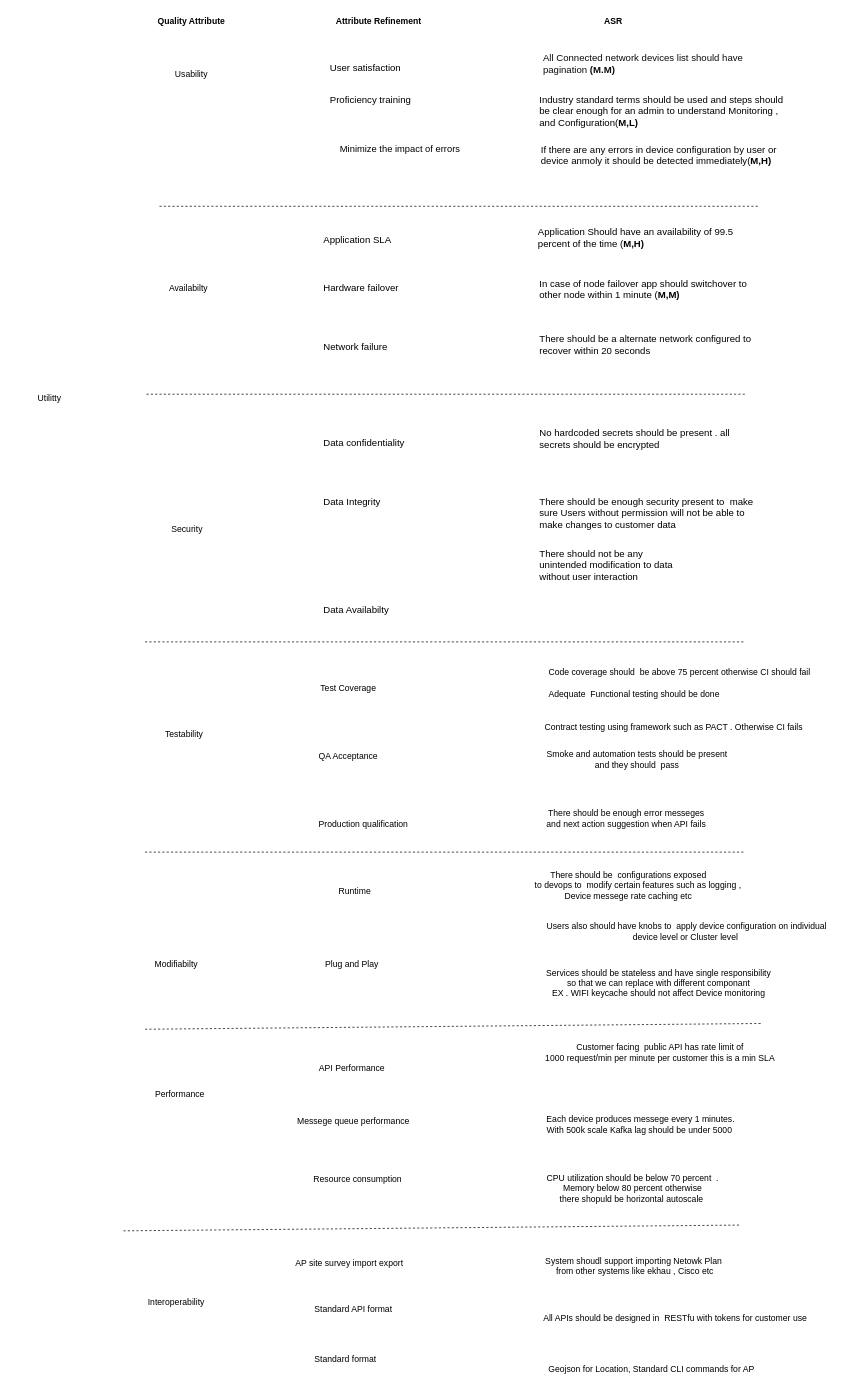
This is page "Page-5" (5 of 6) of SA assignment.drawio from Gajanana/FirstPhase, a draw.io file, before an edit. Source tidied: cells renumbered, new cells numbered last; positions are measured from the earlier drawing's top-left corner, leaving out a move shared by most shapes. Both pictures are drawn from the tidied source at 72%, with x=0, y=0 at pixel (27, 12).
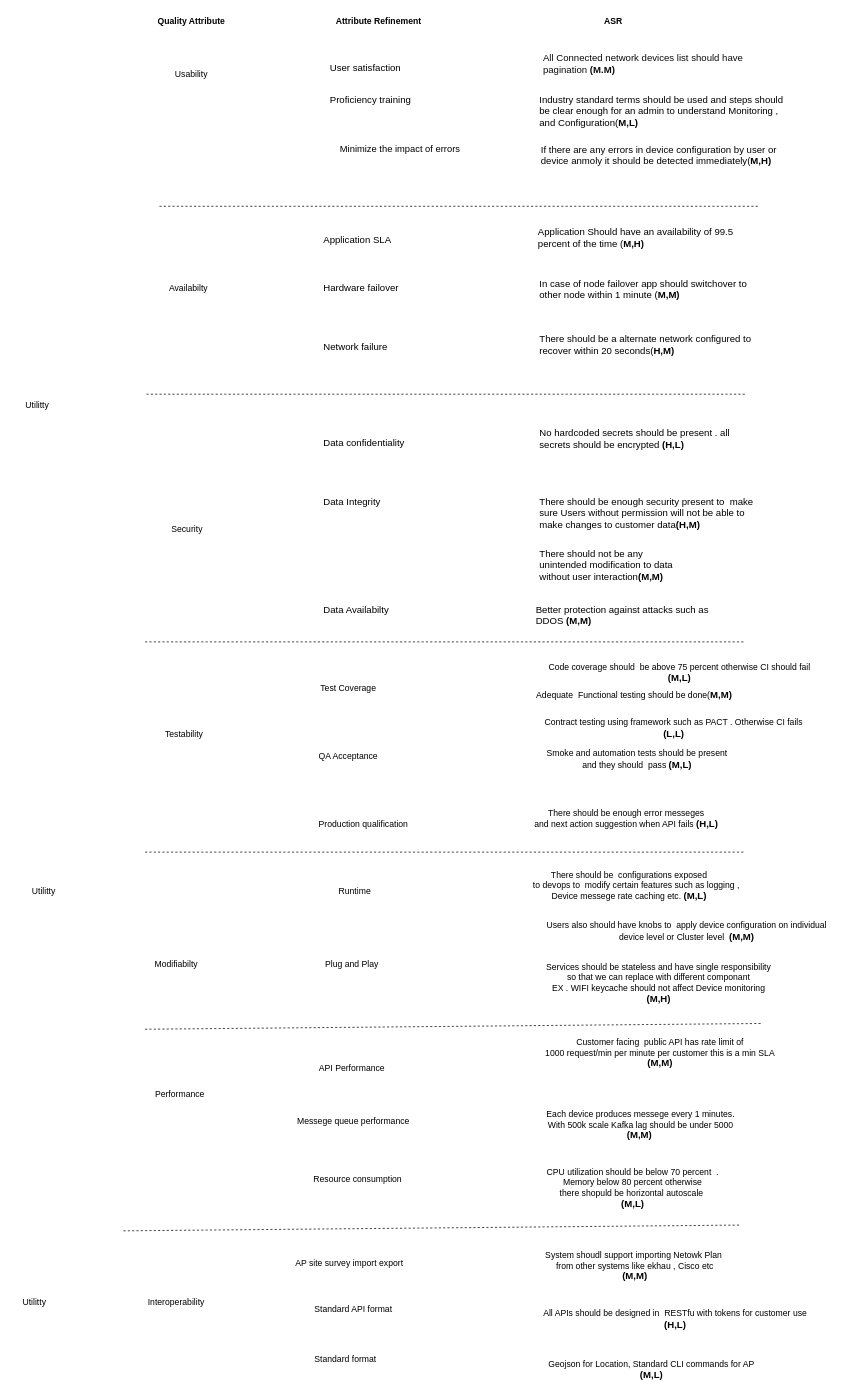
Above is the later version.

Diff of the diagram source:
```diff
@@
     <mxCell id="2" value="Utilitty" style="text;html=1;align=center;verticalAlign=middle;strokeColor=none;fillColor=none;" parent="1" vertex="1">
-      <mxGeometry y="521" width="60" height="30" as="geometry" />
+      <mxGeometry x="-17" y="530" width="60" height="30" as="geometry" />
     </mxCell>
@@
-    <mxCell id="21" value="&lt;span style=&quot;font-size: 13.3333px;&quot;&gt;There should be a alternate network configured to recover within 20 seconds&lt;/span&gt;" style="text;whiteSpace=wrap;html=1;" parent="1" vertex="1">
+    <mxCell id="21" value="&lt;span style=&quot;font-size: 13.3333px;&quot;&gt;There should be a alternate network configured to recover within 20 seconds(&lt;/span&gt;&lt;b style=&quot;font-size: 13.3333px;&quot;&gt;H,M)&lt;/b&gt;" style="text;whiteSpace=wrap;html=1;" parent="1" vertex="1">
       <mxGeometry x="709" y="439" width="310" height="38" as="geometry" />
     </mxCell>
@@
-    <mxCell id="25" value="&lt;span style=&quot;font-size: 13.3333px;&quot;&gt;No hardcoded secrets should be present . all secrets should be encrypted&amp;nbsp;&lt;/span&gt;" style="text;whiteSpace=wrap;html=1;" parent="1" vertex="1">
+    <mxCell id="25" value="&lt;span style=&quot;font-size: 13.3333px;&quot;&gt;No hardcoded secrets should be present . all secrets should be encrypted &lt;b&gt;(H&lt;/b&gt;&lt;/span&gt;&lt;b style=&quot;font-size: 13.3333px;&quot;&gt;,L)&lt;/b&gt;" style="text;whiteSpace=wrap;html=1;" parent="1" vertex="1">
       <mxGeometry x="709" y="570" width="305" height="38" as="geometry" />
     </mxCell>
@@
-    <mxCell id="27" value="&lt;span style=&quot;font-size: 13.3333px;&quot;&gt;There should be enough security present to&amp;nbsp; make sure Users without permission will not be able to make changes to customer data&lt;/span&gt;" style="text;whiteSpace=wrap;html=1;" parent="1" vertex="1">
+    <mxCell id="27" value="&lt;span style=&quot;font-size: 13.3333px;&quot;&gt;There should be enough security present to&amp;nbsp; make sure Users without permission will not be able to make changes to customer data&lt;/span&gt;&lt;span style=&quot;font-size: 13.3333px;&quot;&gt;&lt;b&gt;(H&lt;/b&gt;&lt;/span&gt;&lt;b style=&quot;font-size: 13.3333px;&quot;&gt;,M)&lt;/b&gt;" style="text;whiteSpace=wrap;html=1;" parent="1" vertex="1">
       <mxGeometry x="709" y="665" width="305" height="38" as="geometry" />
     </mxCell>
-    <mxCell id="28" value="&lt;span style=&quot;font-size: 13.3333px;&quot;&gt;There should not be any unintended modification to data without user interaction&lt;/span&gt;" style="text;whiteSpace=wrap;html=1;" parent="1" vertex="1">
+    <mxCell id="28" value="&lt;span style=&quot;font-size: 13.3333px;&quot;&gt;There should not be any unintended modification to data without user interaction&lt;/span&gt;&lt;span style=&quot;font-size: 13.3333px;&quot;&gt;&lt;b&gt;(M&lt;/b&gt;&lt;/span&gt;&lt;b style=&quot;font-size: 13.3333px;&quot;&gt;,M)&lt;/b&gt;" style="text;whiteSpace=wrap;html=1;" parent="1" vertex="1">
       <mxGeometry x="709" y="737" width="194" height="61" as="geometry" />
     </mxCell>
@@
-    <mxCell id="33" value="Code coverage should&amp;nbsp; be above 75 percent otherwise CI should fail" style="text;html=1;align=center;verticalAlign=middle;strokeColor=none;fillColor=none;" parent="1" vertex="1">
-      <mxGeometry x="714" y="903" width="382" height="26" as="geometry" />
+    <mxCell id="33" value="Code coverage should&amp;nbsp; be above 75 percent otherwise CI should fail&lt;br&gt;&lt;span style=&quot;text-align: left; font-size: 13.3333px;&quot;&gt;&lt;b&gt;(M&lt;/b&gt;&lt;/span&gt;&lt;b style=&quot;text-align: left; font-size: 13.3333px;&quot;&gt;,L)&lt;/b&gt;" style="text;html=1;align=center;verticalAlign=middle;strokeColor=none;fillColor=none;" parent="1" vertex="1">
+      <mxGeometry x="714" y="895" width="382" height="43" as="geometry" />
     </mxCell>
-    <mxCell id="34" value="Adequate&amp;nbsp; Functional testing should be done" style="text;html=1;align=center;verticalAlign=middle;strokeColor=none;fillColor=none;" parent="1" vertex="1">
-      <mxGeometry x="714" y="934" width="256" height="26" as="geometry" />
+    <mxCell id="34" value="Adequate&amp;nbsp; Functional testing should be done(&lt;span style=&quot;text-align: left; font-size: 13.3333px;&quot;&gt;&lt;b&gt;M&lt;/b&gt;&lt;/span&gt;&lt;b style=&quot;text-align: left; font-size: 13.3333px;&quot;&gt;,M)&lt;/b&gt;" style="text;html=1;align=center;verticalAlign=middle;strokeColor=none;fillColor=none;" parent="1" vertex="1">
+      <mxGeometry x="697" y="933" width="290" height="29" as="geometry" />
     </mxCell>
-    <mxCell id="35" value="Contract testing using framework such as PACT . Otherwise CI fails" style="text;html=1;align=center;verticalAlign=middle;strokeColor=none;fillColor=none;" parent="1" vertex="1">
-      <mxGeometry x="709" y="980" width="376" height="26" as="geometry" />
+    <mxCell id="35" value="Contract testing using framework such as PACT . Otherwise CI fails&lt;br&gt;&lt;span style=&quot;text-align: left; font-size: 13.3333px;&quot;&gt;&lt;b&gt;(L,L&lt;/b&gt;&lt;/span&gt;&lt;b style=&quot;text-align: left; font-size: 13.3333px;&quot;&gt;)&lt;/b&gt;" style="text;html=1;align=center;verticalAlign=middle;strokeColor=none;fillColor=none;" parent="1" vertex="1">
+      <mxGeometry x="709" y="972" width="376" height="43" as="geometry" />
     </mxCell>
@@
-    <mxCell id="37" value="Smoke and automation tests should be present &lt;br&gt;and they should&amp;nbsp; pass" style="text;html=1;align=center;verticalAlign=middle;strokeColor=none;fillColor=none;" parent="1" vertex="1">
-      <mxGeometry x="711" y="1016" width="269" height="41" as="geometry" />
+    <mxCell id="37" value="Smoke and automation tests should be present &lt;br&gt;and they should&amp;nbsp; pass&amp;nbsp;&lt;span style=&quot;text-align: left; font-size: 13.3333px;&quot;&gt;&lt;b&gt;(M,L&lt;/b&gt;&lt;/span&gt;&lt;b style=&quot;text-align: left; font-size: 13.3333px;&quot;&gt;)&lt;/b&gt;" style="text;html=1;align=center;verticalAlign=middle;strokeColor=none;fillColor=none;" parent="1" vertex="1">
+      <mxGeometry x="711" y="1015" width="269" height="43" as="geometry" />
     </mxCell>
-    <mxCell id="38" value="There should be enough error messeges &lt;br&gt;and next action suggestion when API fails" style="text;html=1;align=center;verticalAlign=middle;strokeColor=none;fillColor=none;" parent="1" vertex="1">
-      <mxGeometry x="711" y="1099" width="239" height="41" as="geometry" />
+    <mxCell id="38" value="There should be enough error messeges &lt;br&gt;and next action suggestion when API fails&amp;nbsp;&lt;span style=&quot;text-align: left; font-size: 13.3333px;&quot;&gt;&lt;b&gt;(H,L&lt;/b&gt;&lt;/span&gt;&lt;b style=&quot;text-align: left; font-size: 13.3333px;&quot;&gt;)&lt;/b&gt;" style="text;html=1;align=center;verticalAlign=middle;strokeColor=none;fillColor=none;" parent="1" vertex="1">
+      <mxGeometry x="694" y="1098" width="273" height="43" as="geometry" />
     </mxCell>
@@
-    <mxCell id="42" value="There should be&amp;nbsp; configurations exposed&lt;br&gt;&lt;span style=&quot;white-space: pre;&quot;&gt; &lt;/span&gt;&lt;span style=&quot;white-space: pre;&quot;&gt; &lt;/span&gt;&amp;nbsp; &amp;nbsp; &amp;nbsp; to devops to&amp;nbsp; modify certain features such as logging ,&lt;br&gt;Device messege rate caching etc" style="text;html=1;align=center;verticalAlign=middle;strokeColor=none;fillColor=none;" parent="1" vertex="1">
-      <mxGeometry x="645" y="1185" width="378" height="55" as="geometry" />
+    <mxCell id="42" value="There should be&amp;nbsp; configurations exposed&lt;br&gt;&lt;span style=&quot;&quot;&gt; &lt;/span&gt;&lt;span style=&quot;&quot;&gt; &lt;/span&gt;&amp;nbsp; &amp;nbsp; &amp;nbsp; to devops to&amp;nbsp; modify certain features such as logging ,&lt;br&gt;Device messege rate caching etc.&amp;nbsp;&lt;span style=&quot;text-align: left; font-size: 13.3333px;&quot;&gt;&lt;b&gt;(M,L&lt;/b&gt;&lt;/span&gt;&lt;b style=&quot;text-align: left; font-size: 13.3333px;&quot;&gt;)&lt;/b&gt;" style="text;html=1;align=center;verticalAlign=middle;strokeColor=none;fillColor=none;" parent="1" vertex="1">
+      <mxGeometry x="672" y="1184" width="325" height="57" as="geometry" />
     </mxCell>
-    <mxCell id="43" value="Users also should have knobs to&amp;nbsp; apply device configuration on individual&lt;br&gt;device level or Cluster level&amp;nbsp;" style="text;html=1;align=center;verticalAlign=middle;strokeColor=none;fillColor=none;" parent="1" vertex="1">
-      <mxGeometry x="711" y="1255" width="407" height="41" as="geometry" />
+    <mxCell id="43" value="Users also should have knobs to&amp;nbsp; apply device configuration on individual&lt;br&gt;device level or Cluster level&amp;nbsp;&amp;nbsp;&lt;span style=&quot;text-align: left; font-size: 13.3333px;&quot;&gt;&lt;b&gt;(M,M&lt;/b&gt;&lt;/span&gt;&lt;b style=&quot;text-align: left; font-size: 13.3333px;&quot;&gt;)&lt;/b&gt;" style="text;html=1;align=center;verticalAlign=middle;strokeColor=none;fillColor=none;" parent="1" vertex="1">
+      <mxGeometry x="711" y="1254" width="407" height="43" as="geometry" />
     </mxCell>
@@
-    <mxCell id="45" value="Services should be stateless and have single responsibility &lt;br&gt;so that we can replace with different componant &lt;br&gt;EX . WIFI keycache should not affect Device monitoring" style="text;html=1;align=center;verticalAlign=middle;strokeColor=none;fillColor=none;" parent="1" vertex="1">
-      <mxGeometry x="711" y="1320" width="330" height="55" as="geometry" />
+    <mxCell id="45" value="Services should be stateless and have single responsibility &lt;br&gt;so that we can replace with different componant &lt;br&gt;EX . WIFI keycache should not affect Device monitoring&lt;br&gt;&lt;span style=&quot;text-align: left; font-size: 13.3333px;&quot;&gt;&lt;b&gt;(M,H&lt;/b&gt;&lt;/span&gt;&lt;b style=&quot;text-align: left; font-size: 13.3333px;&quot;&gt;)&lt;/b&gt;" style="text;html=1;align=center;verticalAlign=middle;strokeColor=none;fillColor=none;" parent="1" vertex="1">
+      <mxGeometry x="711" y="1312" width="330" height="72" as="geometry" />
     </mxCell>
@@
-    <mxCell id="49" value="Customer facing&amp;nbsp; public API has rate limit of &lt;br&gt;1000 request/min per minute per customer this is a min SLA" style="text;html=1;align=center;verticalAlign=middle;strokeColor=none;fillColor=none;" parent="1" vertex="1">
-      <mxGeometry x="709" y="1424" width="337" height="41" as="geometry" />
+    <mxCell id="49" value="Customer facing&amp;nbsp; public API has rate limit of &lt;br&gt;1000 request/min per minute per customer this is a min SLA&lt;br&gt;&lt;span style=&quot;text-align: left; font-size: 13.3333px;&quot;&gt;&lt;b&gt;(M,M&lt;/b&gt;&lt;/span&gt;&lt;b style=&quot;text-align: left; font-size: 13.3333px;&quot;&gt;)&lt;/b&gt;" style="text;html=1;align=center;verticalAlign=middle;strokeColor=none;fillColor=none;" parent="1" vertex="1">
+      <mxGeometry x="709" y="1416" width="337" height="57" as="geometry" />
     </mxCell>
-    <mxCell id="50" value="Each device produces messege every 1 minutes. &lt;br&gt;With 500k scale Kafka lag should be under 5000&amp;nbsp;" style="text;html=1;align=center;verticalAlign=middle;strokeColor=none;fillColor=none;" parent="1" vertex="1">
-      <mxGeometry x="711" y="1524" width="279" height="41" as="geometry" />
+    <mxCell id="50" value="Each device produces messege every 1 minutes. &lt;br&gt;With 500k scale Kafka lag should be under 5000&lt;br&gt;&lt;span style=&quot;text-align: left; font-size: 13.3333px;&quot;&gt;&lt;b&gt;(M,M&lt;/b&gt;&lt;/span&gt;&lt;b style=&quot;text-align: left; font-size: 13.3333px;&quot;&gt;)&lt;/b&gt;&amp;nbsp;" style="text;html=1;align=center;verticalAlign=middle;strokeColor=none;fillColor=none;" parent="1" vertex="1">
+      <mxGeometry x="711" y="1516" width="279" height="57" as="geometry" />
     </mxCell>
@@
-    <mxCell id="53" value="CPU utilization should be below 70 percent&amp;nbsp; .&lt;br&gt;Memory below 80 percent otherwise &lt;br&gt;there shopuld be horizontal autoscale&amp;nbsp;" style="text;html=1;align=center;verticalAlign=middle;strokeColor=none;fillColor=none;" parent="1" vertex="1">
-      <mxGeometry x="711" y="1605" width="257" height="55" as="geometry" />
+    <mxCell id="53" value="CPU utilization should be below 70 percent&amp;nbsp; .&lt;br&gt;Memory below 80 percent otherwise &lt;br&gt;there shopuld be horizontal autoscale&amp;nbsp;&lt;br&gt;&lt;span style=&quot;text-align: left; font-size: 13.3333px;&quot;&gt;&lt;b&gt;(M,L&lt;/b&gt;&lt;/span&gt;&lt;b style=&quot;text-align: left; font-size: 13.3333px;&quot;&gt;)&lt;/b&gt;" style="text;html=1;align=center;verticalAlign=middle;strokeColor=none;fillColor=none;" parent="1" vertex="1">
+      <mxGeometry x="711" y="1597" width="257" height="72" as="geometry" />
     </mxCell>
@@
-    <mxCell id="57" value="System shoudl support importing Netowk Plan&amp;nbsp; &lt;br&gt;from other systems like ekhau , Cisco etc" style="text;html=1;align=center;verticalAlign=middle;strokeColor=none;fillColor=none;" parent="1" vertex="1">
-      <mxGeometry x="709" y="1720" width="267" height="41" as="geometry" />
+    <mxCell id="57" value="System shoudl support importing Netowk Plan&amp;nbsp; &lt;br&gt;from other systems like ekhau , Cisco etc&lt;br&gt;&lt;span style=&quot;text-align: left; font-size: 13.3333px;&quot;&gt;&lt;b&gt;(M,M&lt;/b&gt;&lt;/span&gt;&lt;b style=&quot;text-align: left; font-size: 13.3333px;&quot;&gt;)&lt;/b&gt;" style="text;html=1;align=center;verticalAlign=middle;strokeColor=none;fillColor=none;" parent="1" vertex="1">
+      <mxGeometry x="709" y="1712" width="267" height="57" as="geometry" />
     </mxCell>
@@
-    <mxCell id="59" value="All APIs should be designed in&amp;nbsp; RESTfu with tokens for customer use" style="text;html=1;align=center;verticalAlign=middle;strokeColor=none;fillColor=none;" parent="1" vertex="1">
-      <mxGeometry x="707" y="1801" width="384" height="26" as="geometry" />
+    <mxCell id="59" value="All APIs should be designed in&amp;nbsp; RESTfu with tokens for customer use&lt;br&gt;&lt;span style=&quot;text-align: left; font-size: 13.3333px;&quot;&gt;&lt;b&gt;(H,L&lt;/b&gt;&lt;/span&gt;&lt;b style=&quot;text-align: left; font-size: 13.3333px;&quot;&gt;)&lt;/b&gt;" style="text;html=1;align=center;verticalAlign=middle;strokeColor=none;fillColor=none;" parent="1" vertex="1">
+      <mxGeometry x="707" y="1793" width="384" height="43" as="geometry" />
     </mxCell>
@@
-    <mxCell id="61" value="Geojson for Location, Standard CLI commands for AP" style="text;html=1;align=center;verticalAlign=middle;strokeColor=none;fillColor=none;" parent="1" vertex="1">
-      <mxGeometry x="714" y="1871" width="304" height="26" as="geometry" />
+    <mxCell id="61" value="Geojson for Location, Standard CLI commands for AP&lt;br&gt;&lt;span style=&quot;text-align: left; font-size: 13.3333px;&quot;&gt;&lt;b&gt;(M,L&lt;/b&gt;&lt;/span&gt;&lt;b style=&quot;text-align: left; font-size: 13.3333px;&quot;&gt;)&lt;/b&gt;" style="text;html=1;align=center;verticalAlign=middle;strokeColor=none;fillColor=none;" parent="1" vertex="1">
+      <mxGeometry x="714" y="1863" width="304" height="43" as="geometry" />
     </mxCell>
+    <mxCell id="62" value="&lt;span style=&quot;font-size: 13.3333px;&quot;&gt;Better protection against attacks such as DDOS&amp;nbsp;&lt;b&gt;(M&lt;/b&gt;&lt;/span&gt;&lt;b style=&quot;font-size: 13.3333px;&quot;&gt;,M)&lt;/b&gt;" style="text;whiteSpace=wrap;html=1;" parent="1" vertex="1">
+      <mxGeometry x="704" y="815" width="305" height="38" as="geometry" />
+    </mxCell>
+    <mxCell id="63" value="Utilitty" style="text;html=1;align=center;verticalAlign=middle;strokeColor=none;fillColor=none;" parent="1" vertex="1">
+      <mxGeometry x="-8" y="1206" width="60" height="30" as="geometry" />
+    </mxCell>
+    <mxCell id="64" value="Utilitty" style="text;html=1;align=center;verticalAlign=middle;strokeColor=none;fillColor=none;" parent="1" vertex="1">
+      <mxGeometry x="-21" y="1776" width="60" height="30" as="geometry" />
+    </mxCell>
```
